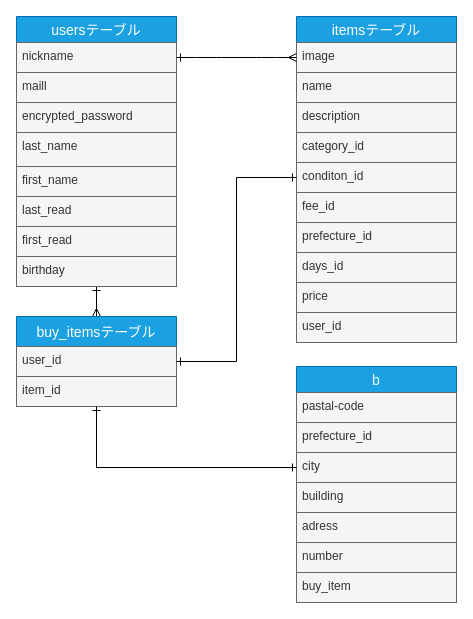
Above: furima.dio in KenFukui/furima-34356 (draw.io), before the change. Source tidied: cells renumbered, new cells numbered last; positions are measured from the earlier drawing's top-left corner, leaving out a move shared by most shapes. Both pictures are drawn from the tidied source at 100%, with x=0, y=0 at pixel (16, 16).
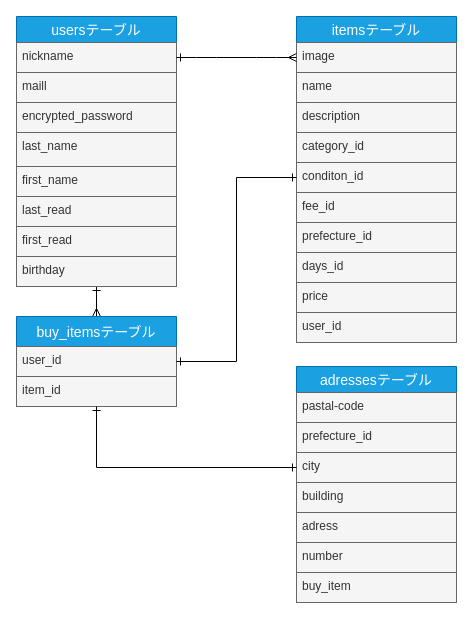
The same diagram, later.

Commit message (it also covers changes not shown here):
データベースの設計3

The edit, as a diff of the source:
```diff
@@
-    <mxCell id="26" value="b" style="swimlane;fontStyle=0;horizontal=1;startSize=26;align=center;fontSize=14;fillColor=#1ba1e2;strokeColor=#006EAF;fontColor=#ffffff;" parent="1" vertex="1">
+    <mxCell id="26" value="adressesテーブル" style="swimlane;fontStyle=0;horizontal=1;startSize=26;align=center;fontSize=14;fillColor=#1ba1e2;strokeColor=#006EAF;fontColor=#ffffff;" parent="1" vertex="1">
       <mxGeometry x="280" y="350" width="160" height="236" as="geometry" />
     </mxCell>
```
